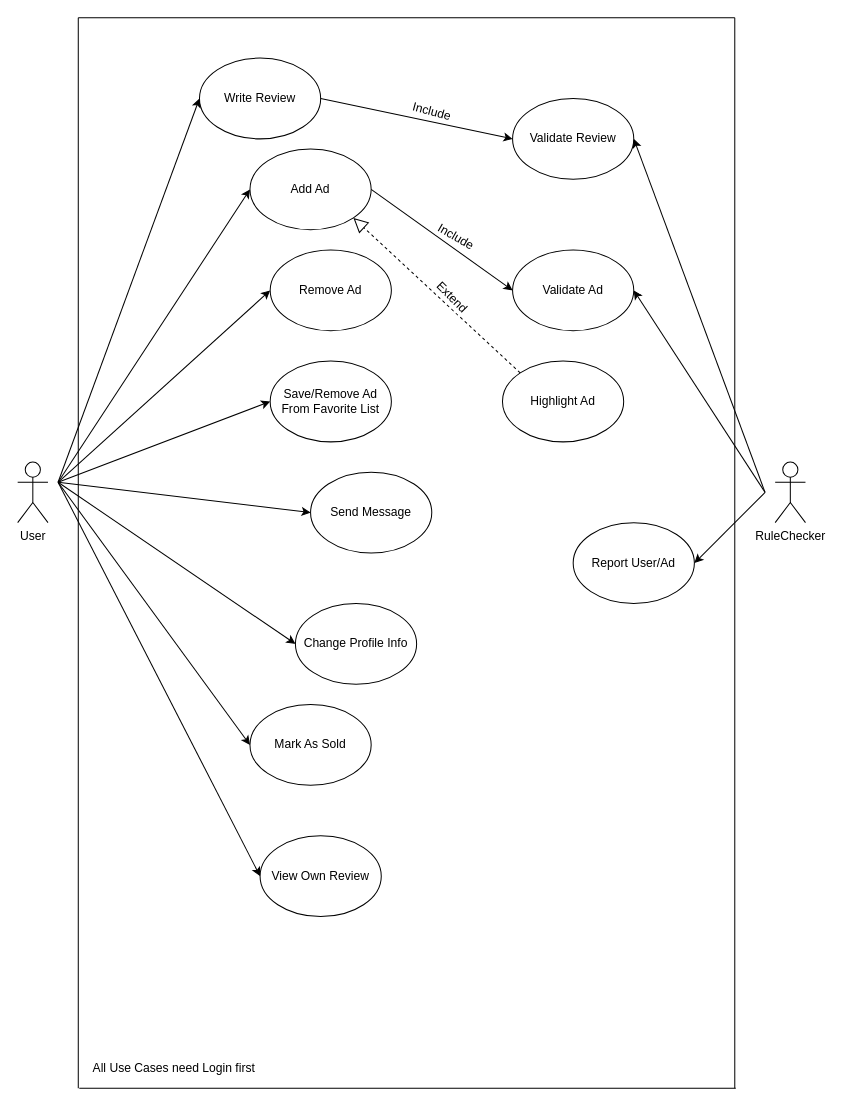
This is UCDiagram.drawio from AmineMatqoune/TorVerBook, a draw.io file, before an edit. Source tidied: cells renumbered, new cells numbered last; positions are measured from the earlier drawing's top-left corner, leaving out a move shared by most shapes. Both pictures are drawn from the tidied source at 101%, with x=0, y=0 at pixel (17, 17).
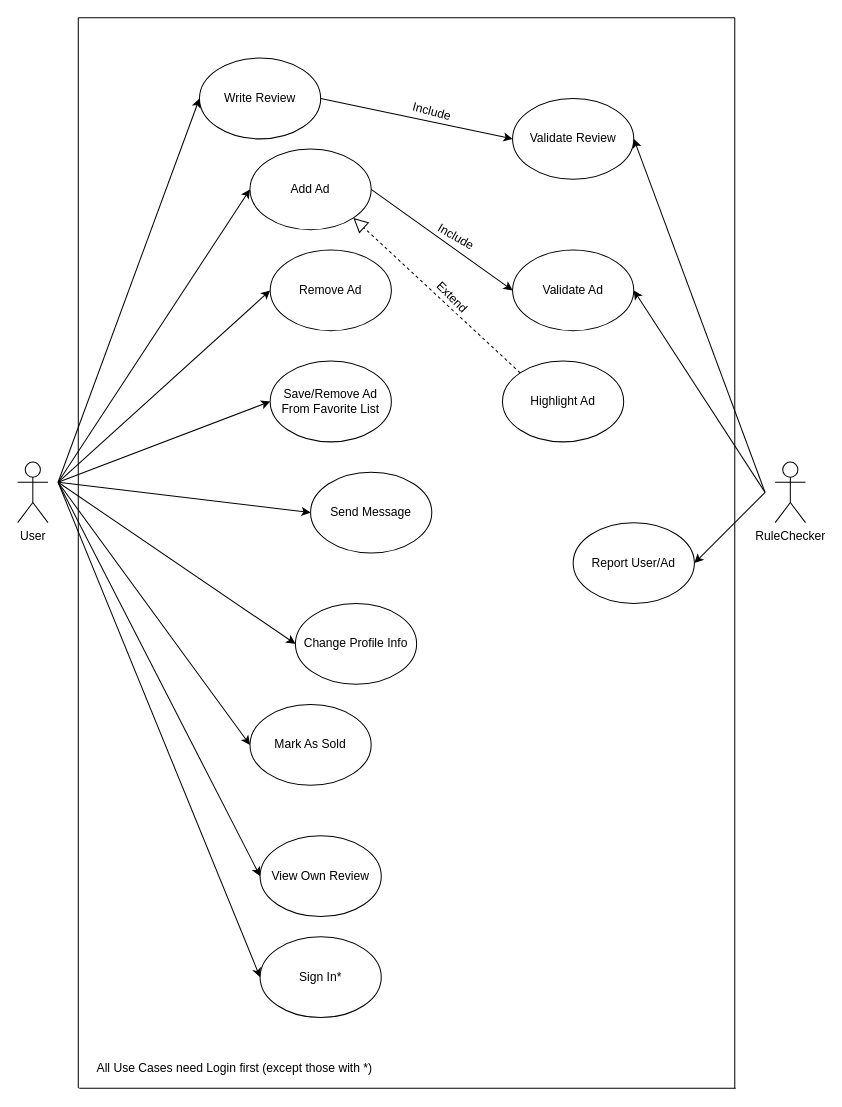
The same diagram, later.

What changed in the source:
```diff
@@
-    <mxCell id="23" value="All Use Cases need Login first" style="text;html=1;strokeColor=none;fillColor=none;align=center;verticalAlign=middle;whiteSpace=wrap;rounded=0;" parent="1" vertex="1">
-      <mxGeometry x="50" y="1030" width="210" height="20" as="geometry" />
+    <mxCell id="23" value="All Use Cases need Login first (except those with *)" style="text;html=1;strokeColor=none;fillColor=none;align=center;verticalAlign=middle;whiteSpace=wrap;rounded=0;" parent="1" vertex="1">
+      <mxGeometry x="50" y="1030" width="330" height="20" as="geometry" />
     </mxCell>
@@
+    <mxCell id="38" value="Sign In*" style="ellipse;whiteSpace=wrap;html=1;" parent="1" vertex="1">
+      <mxGeometry x="240" y="910" width="120" height="80" as="geometry" />
+    </mxCell>
+    <mxCell id="39" style="endArrow=classic;html=1;entryX=0;entryY=0.5;entryDx=0;entryDy=0;" parent="1" edge="1" target="38">
+      <mxGeometry relative="1" as="geometry">
+        <mxPoint x="40" y="460" as="sourcePoint" />
+      </mxGeometry>
+    </mxCell>
```
